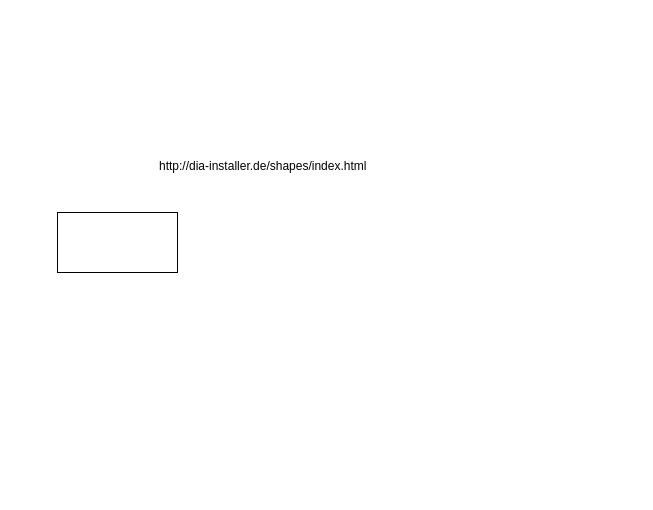
Before: page "Page-1" (1 of 2) of как читается память Diagram.drawio in DavidkaBenAvraham/full-stack-develeper-cource, a draw.io diagram. Source tidied: cells renumbered, new cells numbered last; positions are measured from the earlier drawing's top-left corner, leaving out a move shared by most shapes. Both pictures are drawn from the tidied source at 100%, with x=0, y=0 at pixel (57, 152). Pictures stored in the file or linked from it are replaced by grey dashed boxes.
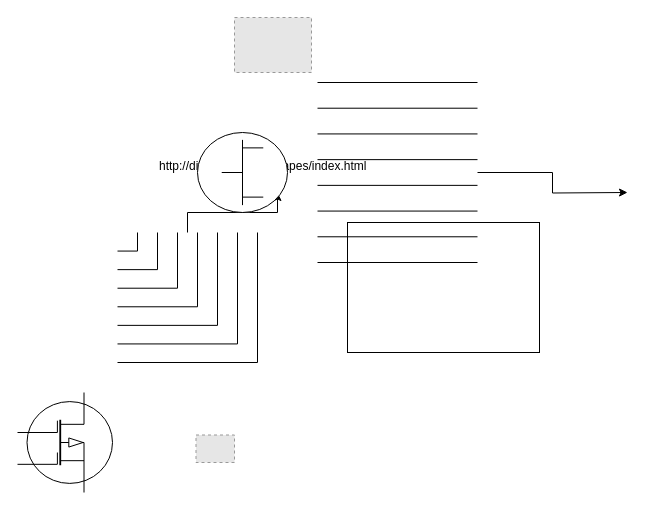
Above is the later version.

Diff of the diagram source:
```diff
@@
 <mxGraphModel>
   <root>
     <mxCell id="0" />
     <mxCell id="1" parent="0" />
-    <mxCell id="2" style="rounded=0;whiteSpace=wrap;html=1;" parent="1" vertex="1">
-      <mxGeometry y="60" width="120" height="60" as="geometry" />
+    <mxCell id="2" style="rounded=0;whiteSpace=wrap;html=1;rotation=0;" parent="1" vertex="1">
+      <mxGeometry x="290" y="70" width="192" height="130" as="geometry" />
     </mxCell>
     <mxCell id="3" value="http://dia-installer.de/shapes/index.html" style="text;whiteSpace=wrap;html=1;" parent="1" vertex="1">
       <mxGeometry x="100" width="240" height="40" as="geometry" />
     </mxCell>
+    <mxCell id="4" style="fillColor=#E6E6E6;strokeColor=#999999;dashed=1;verticalLabelPosition=bottom;verticalAlign=top;" parent="1" vertex="1">
+      <mxGeometry x="177" y="-135" width="77" height="55" as="geometry" />
+    </mxCell>
+    <mxCell id="5" style="edgeStyle=orthogonalEdgeStyle;rounded=0;jettySize=auto;html=1;" parent="1" edge="1" source="6" target="3">
+      <mxGeometry relative="1" as="geometry" />
+    </mxCell>
+    <mxCell id="6" style="verticalLabelPosition=bottom;shadow=0;dashed=0;align=center;html=1;verticalAlign=top;shape=mxgraph.electrical.transmission.eightLineBusElbow;notch=180;" parent="1" vertex="1">
+      <mxGeometry x="60" y="80" width="140" height="130" as="geometry" />
+    </mxCell>
+    <mxCell id="7" style="edgeStyle=orthogonalEdgeStyle;rounded=0;jettySize=auto;html=1;" parent="1" edge="1" source="8">
+      <mxGeometry relative="1" as="geometry">
+        <mxPoint x="570" y="40" as="targetPoint" />
+      </mxGeometry>
+    </mxCell>
+    <mxCell id="8" style="verticalLabelPosition=bottom;shadow=0;dashed=0;align=center;html=1;verticalAlign=top;shape=mxgraph.electrical.transmission.8_line_bus;" parent="1" vertex="1">
+      <mxGeometry x="260" y="-70" width="160" height="180" as="geometry" />
+    </mxCell>
+    <mxCell id="9" style="verticalLabelPosition=bottom;shadow=0;dashed=0;align=center;html=1;verticalAlign=top;shape=mxgraph.electrical.transmission.line_concentrator;" parent="1" vertex="1">
+      <mxGeometry x="140" y="-20" width="90" height="80" as="geometry" />
+    </mxCell>
+    <mxCell id="10" style="verticalLabelPosition=bottom;shadow=0;dashed=0;align=center;html=1;verticalAlign=top;shape=mxgraph.electrical.mosfets1.dual_gate_mosfet_p;" parent="1" vertex="1">
+      <mxGeometry x="-40" y="240" width="95" height="100" as="geometry" />
+    </mxCell>
+    <mxCell id="11" style="fillColor=#E6E6E6;strokeColor=#999999;dashed=1;verticalLabelPosition=bottom;verticalAlign=top;" parent="1" vertex="1">
+      <mxGeometry x="138.5" y="282.5" width="38.5" height="27.5" as="geometry" />
+    </mxCell>
   </root>
 </mxGraphModel>
```
